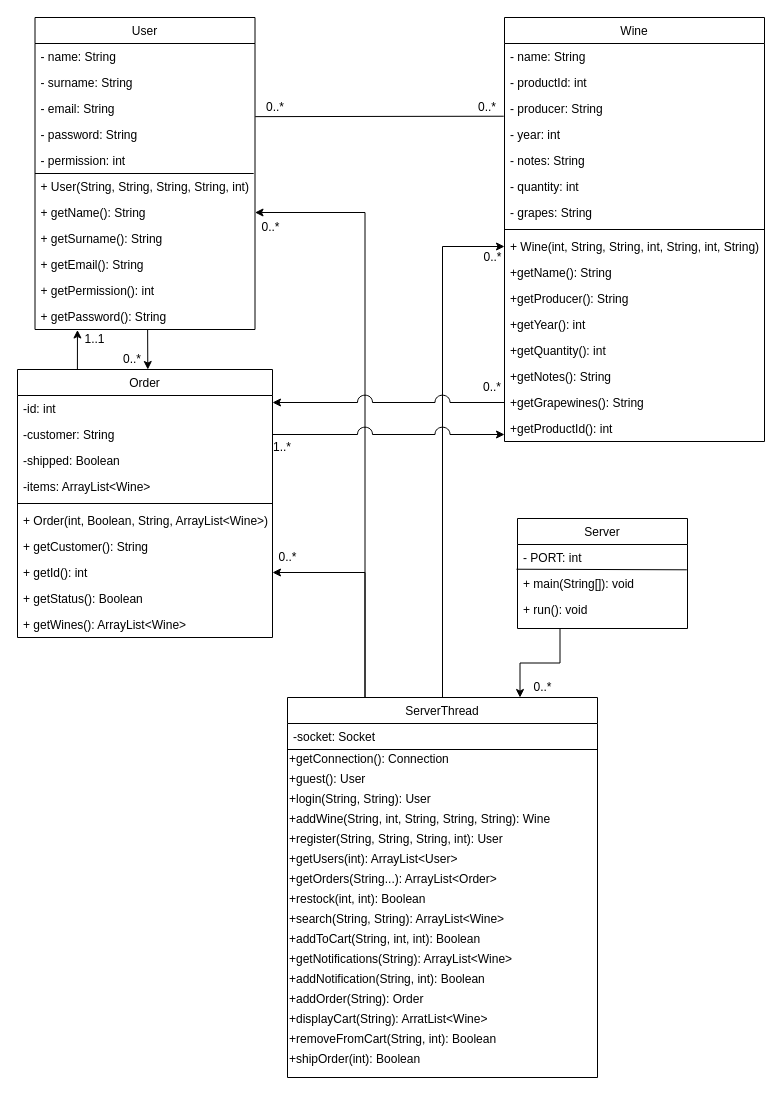
Earlier version of the draw.io diagram UML/ClassDiagram.drawio (Sclafus/Ecommerce-Server). Source tidied: cells renumbered, new cells numbered last; positions are measured from the earlier drawing's top-left corner, leaving out a move shared by most shapes. Both pictures are drawn from the tidied source at 100%, with x=0, y=0 at pixel (17, 17).
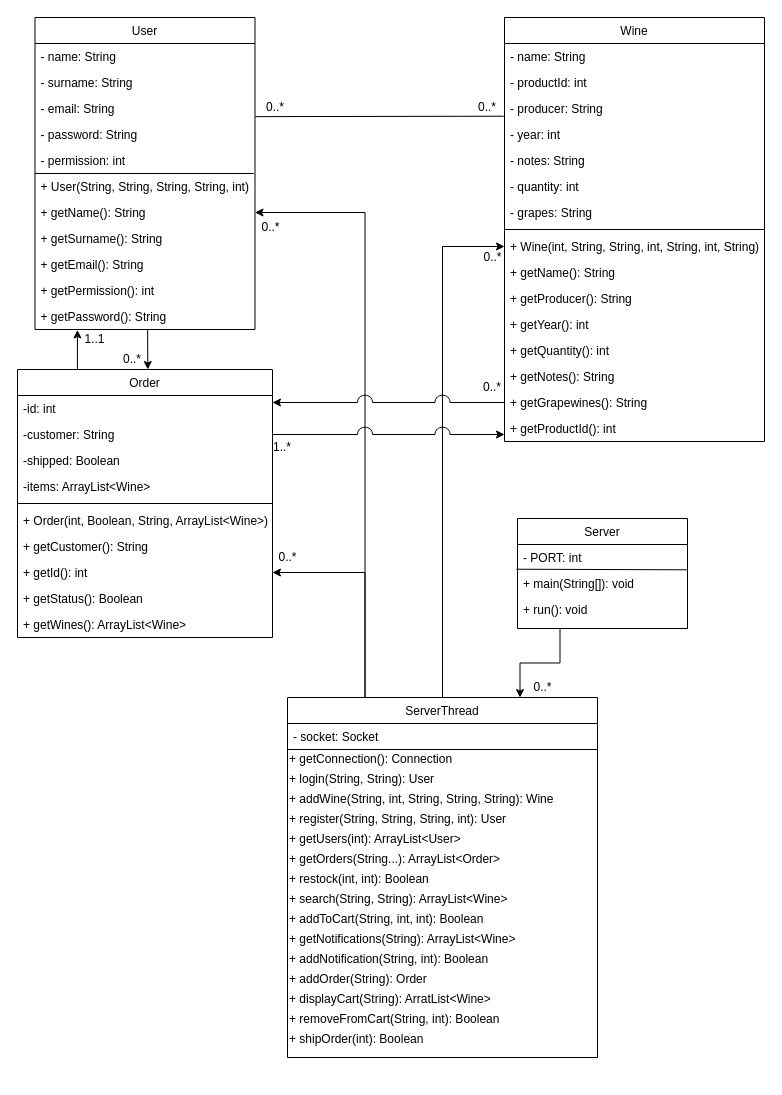
Above is the later version.

The change refers to these unchanged cells:
```xml
<mxCell id="13" value="Wine" style="swimlane;fontStyle=0;align=center;verticalAlign=top;horizontal=1;startSize=26;rounded=0;shadow=0;strokeWidth=1;" parent="1" vertex="1">
  <mxGeometry x="487" width="260" height="424" as="geometry" />
</mxCell>
```

The edit, as a diff of the source:
```diff
@@
-    <mxCell id="23" value="+getName(): String" style="text;align=left;verticalAlign=top;spacingLeft=4;spacingRight=4;overflow=hidden;rounded=0;shadow=0;html=0;" parent="13" vertex="1">
+    <mxCell id="23" value="+ getName(): String" style="text;align=left;verticalAlign=top;spacingLeft=4;spacingRight=4;overflow=hidden;rounded=0;shadow=0;html=0;" parent="13" vertex="1">
       <mxGeometry y="242" width="260" height="26" as="geometry" />
     </mxCell>
-    <mxCell id="24" value="+getProducer(): String" style="text;align=left;verticalAlign=top;spacingLeft=4;spacingRight=4;overflow=hidden;rounded=0;shadow=0;html=0;" parent="13" vertex="1">
+    <mxCell id="24" value="+ getProducer(): String" style="text;align=left;verticalAlign=top;spacingLeft=4;spacingRight=4;overflow=hidden;rounded=0;shadow=0;html=0;" parent="13" vertex="1">
       <mxGeometry y="268" width="260" height="26" as="geometry" />
     </mxCell>
-    <mxCell id="25" value="+getYear(): int" style="text;align=left;verticalAlign=top;spacingLeft=4;spacingRight=4;overflow=hidden;rounded=0;shadow=0;html=0;" parent="13" vertex="1">
+    <mxCell id="25" value="+ getYear(): int" style="text;align=left;verticalAlign=top;spacingLeft=4;spacingRight=4;overflow=hidden;rounded=0;shadow=0;html=0;" parent="13" vertex="1">
       <mxGeometry y="294" width="260" height="26" as="geometry" />
     </mxCell>
-    <mxCell id="26" value="+getQuantity(): int" style="text;align=left;verticalAlign=top;spacingLeft=4;spacingRight=4;overflow=hidden;rounded=0;shadow=0;html=0;" parent="13" vertex="1">
+    <mxCell id="26" value="+ getQuantity(): int" style="text;align=left;verticalAlign=top;spacingLeft=4;spacingRight=4;overflow=hidden;rounded=0;shadow=0;html=0;" parent="13" vertex="1">
       <mxGeometry y="320" width="260" height="26" as="geometry" />
     </mxCell>
-    <mxCell id="27" value="+getNotes(): String" style="text;align=left;verticalAlign=top;spacingLeft=4;spacingRight=4;overflow=hidden;rounded=0;shadow=0;html=0;" parent="13" vertex="1">
+    <mxCell id="27" value="+ getNotes(): String" style="text;align=left;verticalAlign=top;spacingLeft=4;spacingRight=4;overflow=hidden;rounded=0;shadow=0;html=0;" parent="13" vertex="1">
       <mxGeometry y="346" width="260" height="26" as="geometry" />
     </mxCell>
-    <mxCell id="28" value="+getGrapewines(): String" style="text;align=left;verticalAlign=top;spacingLeft=4;spacingRight=4;overflow=hidden;points=[[0,0.5],[1,0.5]];portConstraint=eastwest;rounded=0;shadow=0;html=0;" parent="13" vertex="1">
+    <mxCell id="28" value="+ getGrapewines(): String" style="text;align=left;verticalAlign=top;spacingLeft=4;spacingRight=4;overflow=hidden;points=[[0,0.5],[1,0.5]];portConstraint=eastwest;rounded=0;shadow=0;html=0;" parent="13" vertex="1">
       <mxGeometry y="372" width="260" height="26" as="geometry" />
     </mxCell>
-    <mxCell id="29" value="+getProductId(): int" style="text;align=left;verticalAlign=top;spacingLeft=4;spacingRight=4;overflow=hidden;rounded=0;shadow=0;html=0;" parent="13" vertex="1">
+    <mxCell id="29" value="+ getProductId(): int" style="text;align=left;verticalAlign=top;spacingLeft=4;spacingRight=4;overflow=hidden;rounded=0;shadow=0;html=0;" parent="13" vertex="1">
       <mxGeometry y="398" width="260" height="26" as="geometry" />
     </mxCell>
@@
     <mxCell id="46" value="ServerThread" style="swimlane;fontStyle=0;align=center;verticalAlign=top;horizontal=1;startSize=26;rounded=0;shadow=0;strokeWidth=1;" parent="1" vertex="1">
-      <mxGeometry x="270" y="680" width="310" height="380" as="geometry" />
+      <mxGeometry x="270" y="680" width="310" height="360" as="geometry" />
     </mxCell>
-    <mxCell id="47" value="-socket: Socket" style="text;align=left;verticalAlign=top;spacingLeft=4;spacingRight=4;overflow=hidden;" parent="46" vertex="1">
+    <mxCell id="47" value="- socket: Socket" style="text;align=left;verticalAlign=top;spacingLeft=4;spacingRight=4;overflow=hidden;" parent="46" vertex="1">
       <mxGeometry y="26" width="310" height="26" as="geometry" />
     </mxCell>
@@
-    <mxCell id="49" value="+getConnection(): Connection" style="text;html=1;strokeColor=none;fillColor=none;align=left;verticalAlign=middle;whiteSpace=wrap;rounded=0;" parent="46" vertex="1">
+    <mxCell id="49" value="+ getConnection(): Connection" style="text;html=1;strokeColor=none;fillColor=none;align=left;verticalAlign=middle;whiteSpace=wrap;rounded=0;" parent="46" vertex="1">
       <mxGeometry y="52" width="310" height="20" as="geometry" />
     </mxCell>
-    <mxCell id="50" value="+guest(): User" style="text;html=1;strokeColor=none;fillColor=none;align=left;verticalAlign=middle;whiteSpace=wrap;rounded=0;" parent="46" vertex="1">
-      <mxGeometry y="72" width="310" height="20" as="geometry" />
-    </mxCell>
-    <mxCell id="51" value="+login(String, String): User" style="text;html=1;strokeColor=none;fillColor=none;align=left;verticalAlign=middle;whiteSpace=wrap;rounded=0;" parent="46" vertex="1">
-      <mxGeometry y="92" width="310" height="20" as="geometry" />
+    <mxCell id="51" value="+ login(String, String): User" style="text;html=1;strokeColor=none;fillColor=none;align=left;verticalAlign=middle;whiteSpace=wrap;rounded=0;" parent="46" vertex="1">
+      <mxGeometry y="72" width="310" height="20" as="geometry" />
     </mxCell>
-    <mxCell id="52" value="+addWine(String, int, String, String, String): Wine" style="text;html=1;strokeColor=none;fillColor=none;align=left;verticalAlign=middle;whiteSpace=wrap;rounded=0;" parent="46" vertex="1">
-      <mxGeometry y="112" width="310" height="20" as="geometry" />
+    <mxCell id="52" value="+ addWine(String, int, String, String, String): Wine" style="text;html=1;strokeColor=none;fillColor=none;align=left;verticalAlign=middle;whiteSpace=wrap;rounded=0;" parent="46" vertex="1">
+      <mxGeometry y="92" width="310" height="20" as="geometry" />
     </mxCell>
-    <mxCell id="53" value="+register(String, String, String, int): User&amp;nbsp;" style="text;html=1;strokeColor=none;fillColor=none;align=left;verticalAlign=middle;whiteSpace=wrap;rounded=0;" parent="46" vertex="1">
-      <mxGeometry y="132" width="310" height="20" as="geometry" />
+    <mxCell id="53" value="+ register(String, String, String, int): User&amp;nbsp;" style="text;html=1;strokeColor=none;fillColor=none;align=left;verticalAlign=middle;whiteSpace=wrap;rounded=0;" parent="46" vertex="1">
+      <mxGeometry y="112" width="310" height="20" as="geometry" />
     </mxCell>
-    <mxCell id="54" value="+getUsers(int): ArrayList&amp;lt;User&amp;gt;" style="text;html=1;strokeColor=none;fillColor=none;align=left;verticalAlign=middle;whiteSpace=wrap;rounded=0;" parent="46" vertex="1">
-      <mxGeometry y="152" width="310" height="20" as="geometry" />
+    <mxCell id="54" value="+ getUsers(int): ArrayList&amp;lt;User&amp;gt;" style="text;html=1;strokeColor=none;fillColor=none;align=left;verticalAlign=middle;whiteSpace=wrap;rounded=0;" parent="46" vertex="1">
+      <mxGeometry y="132" width="310" height="20" as="geometry" />
     </mxCell>
-    <mxCell id="55" value="+getOrders(String...): ArrayList&amp;lt;Order&amp;gt;" style="text;html=1;strokeColor=none;fillColor=none;align=left;verticalAlign=middle;whiteSpace=wrap;rounded=0;" parent="46" vertex="1">
-      <mxGeometry y="172" width="310" height="20" as="geometry" />
+    <mxCell id="55" value="+ getOrders(String...): ArrayList&amp;lt;Order&amp;gt;" style="text;html=1;strokeColor=none;fillColor=none;align=left;verticalAlign=middle;whiteSpace=wrap;rounded=0;" parent="46" vertex="1">
+      <mxGeometry y="152" width="310" height="20" as="geometry" />
     </mxCell>
-    <mxCell id="56" value="+restock(int, int): Boolean" style="text;html=1;strokeColor=none;fillColor=none;align=left;verticalAlign=middle;whiteSpace=wrap;rounded=0;" parent="46" vertex="1">
-      <mxGeometry y="192" width="310" height="20" as="geometry" />
+    <mxCell id="56" value="+ restock(int, int): Boolean" style="text;html=1;strokeColor=none;fillColor=none;align=left;verticalAlign=middle;whiteSpace=wrap;rounded=0;" parent="46" vertex="1">
+      <mxGeometry y="172" width="310" height="20" as="geometry" />
     </mxCell>
-    <mxCell id="57" value="+search(String, String): ArrayList&amp;lt;Wine&amp;gt;" style="text;html=1;strokeColor=none;fillColor=none;align=left;verticalAlign=middle;whiteSpace=wrap;rounded=0;" parent="46" vertex="1">
-      <mxGeometry y="212" width="310" height="20" as="geometry" />
+    <mxCell id="57" value="+ search(String, String): ArrayList&amp;lt;Wine&amp;gt;" style="text;html=1;strokeColor=none;fillColor=none;align=left;verticalAlign=middle;whiteSpace=wrap;rounded=0;" parent="46" vertex="1">
+      <mxGeometry y="192" width="310" height="20" as="geometry" />
     </mxCell>
-    <mxCell id="58" value="+addToCart(String, int, int): Boolean" style="text;html=1;strokeColor=none;fillColor=none;align=left;verticalAlign=middle;whiteSpace=wrap;rounded=0;" parent="46" vertex="1">
-      <mxGeometry y="232" width="310" height="20" as="geometry" />
+    <mxCell id="58" value="+ addToCart(String, int, int): Boolean" style="text;html=1;strokeColor=none;fillColor=none;align=left;verticalAlign=middle;whiteSpace=wrap;rounded=0;" parent="46" vertex="1">
+      <mxGeometry y="212" width="310" height="20" as="geometry" />
     </mxCell>
-    <mxCell id="59" value="+getNotifications(String): ArrayList&amp;lt;Wine&amp;gt;" style="text;html=1;strokeColor=none;fillColor=none;align=left;verticalAlign=middle;whiteSpace=wrap;rounded=0;" parent="46" vertex="1">
-      <mxGeometry y="252" width="310" height="20" as="geometry" />
+    <mxCell id="59" value="+ getNotifications(String): ArrayList&amp;lt;Wine&amp;gt;" style="text;html=1;strokeColor=none;fillColor=none;align=left;verticalAlign=middle;whiteSpace=wrap;rounded=0;" parent="46" vertex="1">
+      <mxGeometry y="232" width="310" height="20" as="geometry" />
     </mxCell>
-    <mxCell id="60" value="+addNotification(String, int): Boolean" style="text;html=1;strokeColor=none;fillColor=none;align=left;verticalAlign=middle;whiteSpace=wrap;rounded=0;" parent="46" vertex="1">
-      <mxGeometry y="272" width="310" height="20" as="geometry" />
+    <mxCell id="60" value="+ addNotification(String, int): Boolean" style="text;html=1;strokeColor=none;fillColor=none;align=left;verticalAlign=middle;whiteSpace=wrap;rounded=0;" parent="46" vertex="1">
+      <mxGeometry y="252" width="310" height="20" as="geometry" />
     </mxCell>
-    <mxCell id="61" value="+addOrder(String): Order" style="text;html=1;strokeColor=none;fillColor=none;align=left;verticalAlign=middle;whiteSpace=wrap;rounded=0;" parent="46" vertex="1">
-      <mxGeometry y="292" width="310" height="20" as="geometry" />
+    <mxCell id="61" value="+ addOrder(String): Order" style="text;html=1;strokeColor=none;fillColor=none;align=left;verticalAlign=middle;whiteSpace=wrap;rounded=0;" parent="46" vertex="1">
+      <mxGeometry y="272" width="310" height="20" as="geometry" />
     </mxCell>
-    <mxCell id="62" value="+displayCart(String): ArratList&amp;lt;Wine&amp;gt;" style="text;html=1;strokeColor=none;fillColor=none;align=left;verticalAlign=middle;whiteSpace=wrap;rounded=0;" parent="46" vertex="1">
-      <mxGeometry y="312" width="310" height="20" as="geometry" />
+    <mxCell id="62" value="+ displayCart(String): ArratList&amp;lt;Wine&amp;gt;" style="text;html=1;strokeColor=none;fillColor=none;align=left;verticalAlign=middle;whiteSpace=wrap;rounded=0;" parent="46" vertex="1">
+      <mxGeometry y="292" width="310" height="20" as="geometry" />
     </mxCell>
-    <mxCell id="63" value="+removeFromCart(String, int): Boolean" style="text;html=1;strokeColor=none;fillColor=none;align=left;verticalAlign=middle;whiteSpace=wrap;rounded=0;" parent="46" vertex="1">
-      <mxGeometry y="332" width="310" height="20" as="geometry" />
+    <mxCell id="63" value="+ removeFromCart(String, int): Boolean" style="text;html=1;strokeColor=none;fillColor=none;align=left;verticalAlign=middle;whiteSpace=wrap;rounded=0;" parent="46" vertex="1">
+      <mxGeometry y="312" width="310" height="20" as="geometry" />
     </mxCell>
-    <mxCell id="64" value="+shipOrder(int): Boolean" style="text;html=1;strokeColor=none;fillColor=none;align=left;verticalAlign=middle;whiteSpace=wrap;rounded=0;" parent="46" vertex="1">
-      <mxGeometry y="352" width="310" height="20" as="geometry" />
+    <mxCell id="64" value="+ shipOrder(int): Boolean" style="text;html=1;strokeColor=none;fillColor=none;align=left;verticalAlign=middle;whiteSpace=wrap;rounded=0;" parent="46" vertex="1">
+      <mxGeometry y="332" width="310" height="20" as="geometry" />
     </mxCell>
```
